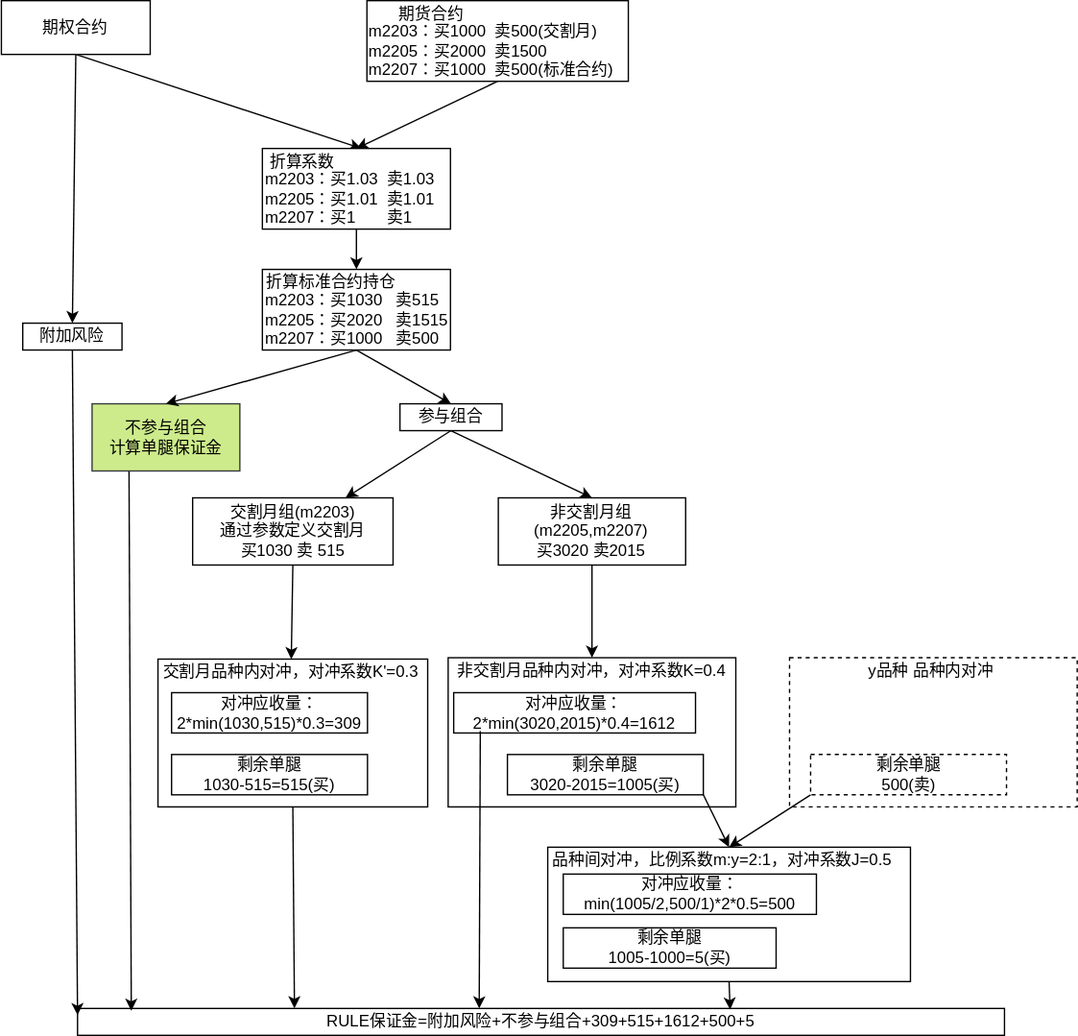
trade365/jdk8.github.io keeps this draw.io diagram as rule2.svg. Above is the earlier version. Source tidied: cells renumbered, new cells last; positions are measured from the earlier drawing's top-left corner, leaving out a move shared by most shapes.
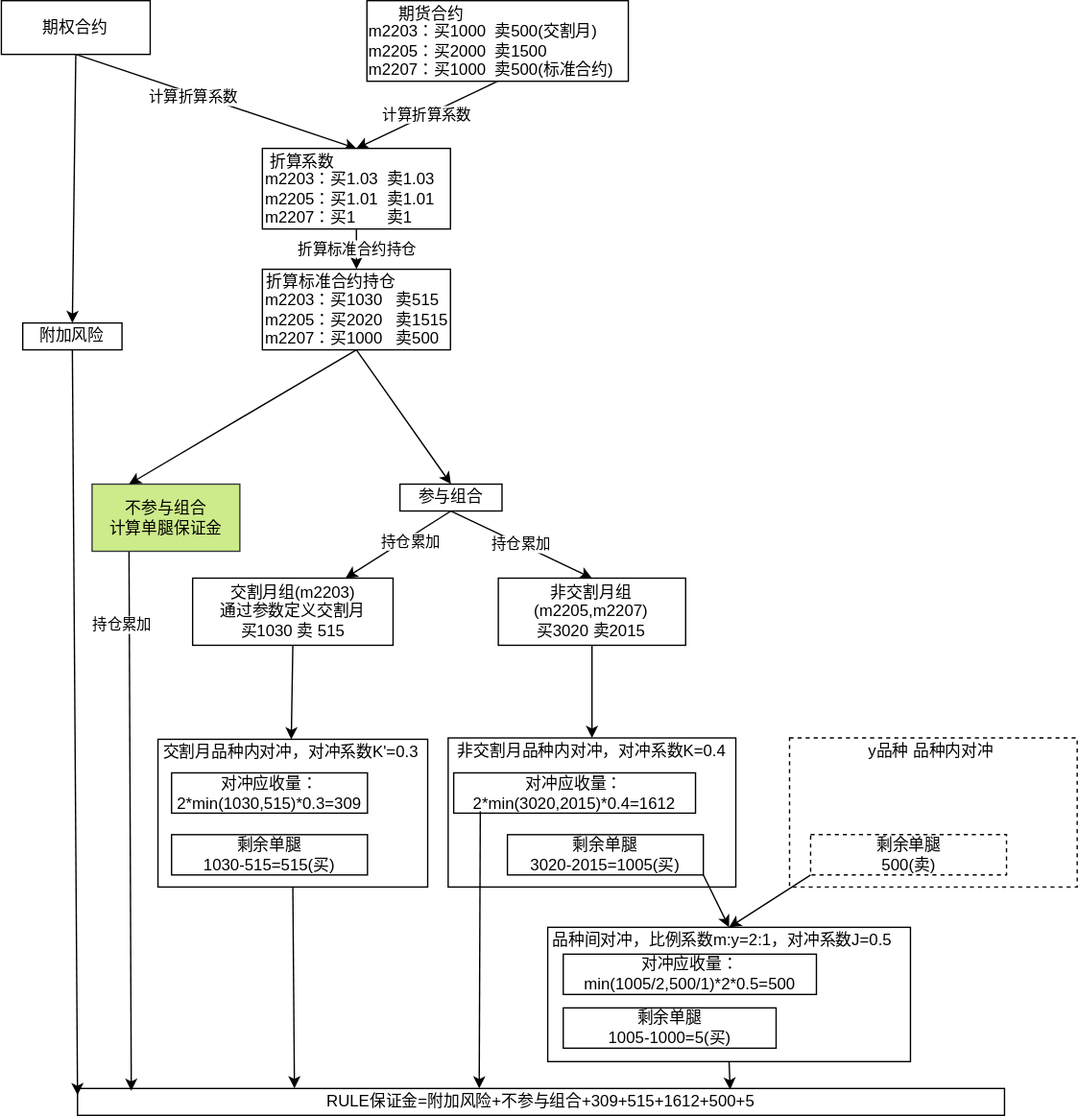
The same file after the commit.

The edit, as a diff of the source:
```diff
@@ -5,9 +5,9 @@
     <mxCell id="2" style="rounded=0;jettySize=auto;html=1;exitX=0.5;exitY=1;exitDx=0;exitDy=0;" parent="1" edge="1" source="18" target="7">
       <mxGeometry relative="1" as="geometry" />
     </mxCell>
-    <mxCell id="3" style="rounded=0;jettySize=auto;html=1;entryX=0.5;entryY=0;entryDx=0;entryDy=0;exitX=0.5;exitY=1;exitDx=0;exitDy=0;" parent="1" edge="1" source="18" target="5">
-      <mxGeometry relative="1" as="geometry" />
-    </mxCell>
+    <mxCell id="52" value="持仓累加" style="edgeLabel;html=1;align=center;verticalAlign=middle;" parent="2" vertex="1">
+      <mxGeometry x="-0.19" y="3" relative="1" as="geometry" />
+    </mxCell>
     <mxCell id="4" style="edgeStyle=none;rounded=0;jettySize=auto;html=1;exitX=0.5;exitY=1;exitDx=0;exitDy=0;entryX=0.5;entryY=0;entryDx=0;entryDy=0;" parent="1" edge="1" source="5" target="22">
       <mxGeometry relative="1" as="geometry" />
     </mxCell>
@@ -35,29 +35,36 @@
     <mxCell id="12" value="RULE保证金=附加风险+不参与组合+309+515+1612+500+5" style="rounded=0;whiteSpace=wrap;html=1;" parent="1" vertex="1">
       <mxGeometry x="57" y="750" width="690" height="20" as="geometry" />
     </mxCell>
-    <mxCell id="13" style="rounded=0;jettySize=auto;html=1;exitX=0.5;exitY=1;exitDx=0;exitDy=0;entryX=0.5;entryY=0;entryDx=0;entryDy=0;" parent="1" edge="1" source="15">
-      <mxGeometry relative="1" as="geometry">
-        <mxPoint x="268.4" y="110" as="targetPoint" />
-      </mxGeometry>
+    <mxCell id="13" style="rounded=0;jettySize=auto;html=1;exitX=0.5;exitY=1;exitDx=0;exitDy=0;entryX=0.5;entryY=0;entryDx=0;entryDy=0;" parent="1" edge="1" source="15" target="47">
+      <mxGeometry relative="1" as="geometry" />
     </mxCell>
+    <mxCell id="53" value="计算折算系数" style="edgeLabel;html=1;align=center;verticalAlign=middle;" parent="13" vertex="1">
+      <mxGeometry x="-0.17" y="-2" relative="1" as="geometry" />
+    </mxCell>
     <mxCell id="14" style="edgeStyle=none;rounded=0;jettySize=auto;html=1;exitX=0.5;exitY=1;exitDx=0;exitDy=0;entryX=0.5;entryY=0;entryDx=0;entryDy=0;" parent="1" edge="1" source="15" target="17">
       <mxGeometry relative="1" as="geometry" />
     </mxCell>
     <mxCell id="15" value="期权合约&lt;br&gt;" style="rounded=0;whiteSpace=wrap;html=1;" parent="1" vertex="1">
-      <mxGeometry x="0.3" width="110.8" height="40" as="geometry" />
+      <mxGeometry x="0.3" y="-60" width="110.8" height="40" as="geometry" />
     </mxCell>
     <mxCell id="16" style="rounded=0;jettySize=auto;html=1;exitX=0.5;exitY=1;exitDx=0;exitDy=0;entryX=0;entryY=0.25;entryDx=0;entryDy=0;startArrow=none;startFill=0;endArrow=classic;endFill=1;" parent="1" edge="1" source="17" target="12">
       <mxGeometry relative="1" as="geometry" />
     </mxCell>
     <mxCell id="17" value="附加风险" style="rounded=0;whiteSpace=wrap;html=1;" parent="1" vertex="1">
-      <mxGeometry x="16.2" y="240" width="73.9" height="20" as="geometry" />
+      <mxGeometry x="16.2" y="180" width="73.9" height="20" as="geometry" />
     </mxCell>
+    <mxCell id="3" value="持仓累加" style="edgeStyle=none;rounded=0;jettySize=auto;html=1;exitX=0.5;exitY=1;exitDx=0;exitDy=0;entryX=0.5;entryY=0;entryDx=0;entryDy=0;" parent="1" edge="1" source="18" target="5">
+      <mxGeometry relative="1" as="geometry" />
+    </mxCell>
     <mxCell id="18" value="参与组合" style="rounded=0;whiteSpace=wrap;html=1;" parent="1" vertex="1">
       <mxGeometry x="297" y="300" width="76" height="20" as="geometry" />
     </mxCell>
     <mxCell id="19" style="edgeStyle=none;rounded=0;jettySize=auto;html=1;exitX=0.25;exitY=1;exitDx=0;exitDy=0;startArrow=none;startFill=0;endArrow=classic;endFill=1;entryX=0.058;entryY=0.086;entryDx=0;entryDy=0;entryPerimeter=0;" parent="1" edge="1" source="20" target="12">
       <mxGeometry relative="1" as="geometry" />
     </mxCell>
+    <mxCell id="54" value="持仓累加" style="edgeLabel;html=1;align=center;verticalAlign=middle;" parent="19" vertex="1">
+      <mxGeometry x="-0.73" y="-6" relative="1" as="geometry" />
+    </mxCell>
     <mxCell id="20" value="不参与组合&lt;br&gt;计算单腿保证金" style="rounded=0;whiteSpace=wrap;html=1;fillColor=#cdeb8b;strokeColor=#36393d;" parent="1" vertex="1">
       <mxGeometry x="67.8" y="300" width="110" height="50" as="geometry" />
     </mxCell>
@@ -84,18 +91,12 @@
     <mxCell id="27" style="edgeStyle=none;rounded=0;orthogonalLoop=1;jettySize=auto;html=1;exitX=0.5;exitY=1;exitDx=0;exitDy=0;startArrow=none;startFill=0;endArrow=classic;endFill=1;" parent="1" edge="1" source="18" target="18">
       <mxGeometry relative="1" as="geometry" />
     </mxCell>
-    <mxCell id="28" style="rounded=0;jettySize=auto;html=1;exitX=0.5;exitY=1;exitDx=0;exitDy=0;entryX=0.5;entryY=0;entryDx=0;entryDy=0;" parent="1" edge="1" source="29" target="47">
+    <mxCell id="28" value="计算折算系数" style="edgeStyle=none;rounded=0;jettySize=auto;html=1;exitX=0.5;exitY=1;exitDx=0;exitDy=0;entryX=0.5;entryY=0;entryDx=0;entryDy=0;" parent="1" edge="1" source="29" target="47">
       <mxGeometry relative="1" as="geometry" />
     </mxCell>
     <mxCell id="29" value="&lt;br&gt;m2203：买1000&amp;nbsp; 卖500(交割月)&amp;nbsp;&lt;br&gt;m2205：买2000&amp;nbsp; 卖1500&lt;br&gt;m2207：买1000&amp;nbsp; 卖500(标准合约)" style="rounded=0;whiteSpace=wrap;html=1;align=left;" parent="1" vertex="1">
-      <mxGeometry x="272.4" width="194.6" height="60" as="geometry" />
+      <mxGeometry x="272.4" y="-60" width="194.6" height="60" as="geometry" />
     </mxCell>
-    <mxCell id="30" style="rounded=0;jettySize=auto;html=1;exitX=0.5;exitY=1;exitDx=0;exitDy=0;entryX=0.5;entryY=0;entryDx=0;entryDy=0;" parent="1" edge="1" source="49" target="20">
-      <mxGeometry relative="1" as="geometry" />
-    </mxCell>
-    <mxCell id="31" style="edgeStyle=none;rounded=0;jettySize=auto;html=1;exitX=0.5;exitY=1;exitDx=0;exitDy=0;entryX=0.5;entryY=0;entryDx=0;entryDy=0;" parent="1" edge="1" source="49" target="18">
-      <mxGeometry relative="1" as="geometry" />
-    </mxCell>
     <mxCell id="32" value="非交割月品种内对冲，对冲系数K=0.4" style="text;html=1;strokeColor=none;fillColor=none;align=center;verticalAlign=middle;whiteSpace=wrap;rounded=0;shadow=0;dashed=1;" parent="1" vertex="1">
       <mxGeometry x="332.9" y="489" width="214.1" height="20" as="geometry" />
     </mxCell>
@@ -136,22 +137,28 @@
       <mxGeometry relative="1" as="geometry" />
     </mxCell>
     <mxCell id="45" value="期货合约" style="text;html=1;strokeColor=none;fillColor=none;align=center;verticalAlign=middle;whiteSpace=wrap;rounded=0;" parent="1" vertex="1">
-      <mxGeometry x="291.4" width="58.7" height="20" as="geometry" />
+      <mxGeometry x="291.4" y="-60" width="58.7" height="20" as="geometry" />
     </mxCell>
-    <mxCell id="46" style="rounded=0;jettySize=auto;html=1;exitX=0.5;exitY=1;exitDx=0;exitDy=0;" parent="1" edge="1" source="47" target="49">
+    <mxCell id="46" value="折算标准合约持仓" style="rounded=0;jettySize=auto;html=1;exitX=0.5;exitY=1;exitDx=0;exitDy=0;" parent="1" edge="1" source="47" target="49">
       <mxGeometry relative="1" as="geometry" />
     </mxCell>
     <mxCell id="47" value="&lt;br&gt;m2203：买1.03&amp;nbsp; 卖1.03&amp;nbsp;&lt;br&gt;m2205：买1.01&amp;nbsp; 卖1.01&lt;br&gt;m2207：买1&amp;nbsp; &amp;nbsp; &amp;nbsp; &amp;nbsp;卖1" style="rounded=0;whiteSpace=wrap;html=1;align=left;" parent="1" vertex="1">
-      <mxGeometry x="194.6" y="110" width="140" height="60" as="geometry" />
+      <mxGeometry x="194.6" y="50" width="140" height="60" as="geometry" />
     </mxCell>
     <mxCell id="48" value="折算系数" style="text;html=1;strokeColor=none;fillColor=none;align=center;verticalAlign=middle;whiteSpace=wrap;rounded=0;" parent="1" vertex="1">
-      <mxGeometry x="194.6" y="110" width="58.7" height="20" as="geometry" />
+      <mxGeometry x="194.6" y="50" width="58.7" height="20" as="geometry" />
     </mxCell>
+    <mxCell id="31" style="rounded=0;jettySize=auto;html=1;exitX=0.5;exitY=1;exitDx=0;exitDy=0;entryX=0.5;entryY=0;entryDx=0;entryDy=0;" parent="1" edge="1" source="49" target="18">
+      <mxGeometry relative="1" as="geometry" />
+    </mxCell>
+    <mxCell id="30" style="edgeStyle=none;rounded=0;jettySize=auto;html=1;exitX=0.5;exitY=1;exitDx=0;exitDy=0;entryX=0.25;entryY=0;entryDx=0;entryDy=0;" parent="1" edge="1" source="49" target="20">
+      <mxGeometry relative="1" as="geometry" />
+    </mxCell>
     <mxCell id="49" value="&lt;br&gt;m2203：买1030&amp;nbsp; &amp;nbsp;卖515&amp;nbsp;&lt;br&gt;m2205：买2020&amp;nbsp; &amp;nbsp;卖1515&lt;br&gt;m2207：买1000&amp;nbsp; &amp;nbsp;卖500" style="rounded=0;whiteSpace=wrap;html=1;align=left;" parent="1" vertex="1">
-      <mxGeometry x="194.6" y="200" width="140" height="60" as="geometry" />
+      <mxGeometry x="194.6" y="140" width="140" height="60" as="geometry" />
     </mxCell>
     <mxCell id="50" value="折算标准合约持仓" style="text;html=1;strokeColor=none;fillColor=none;align=center;verticalAlign=middle;whiteSpace=wrap;rounded=0;" parent="1" vertex="1">
-      <mxGeometry x="194.6" y="200" width="102.4" height="20" as="geometry" />
+      <mxGeometry x="194.6" y="140" width="102.4" height="20" as="geometry" />
     </mxCell>
     <mxCell id="51" style="edgeStyle=none;rounded=0;jettySize=auto;html=1;exitX=0.11;exitY=0.953;exitDx=0;exitDy=0;exitPerimeter=0;" parent="1" edge="1" source="35">
       <mxGeometry relative="1" as="geometry">
```
